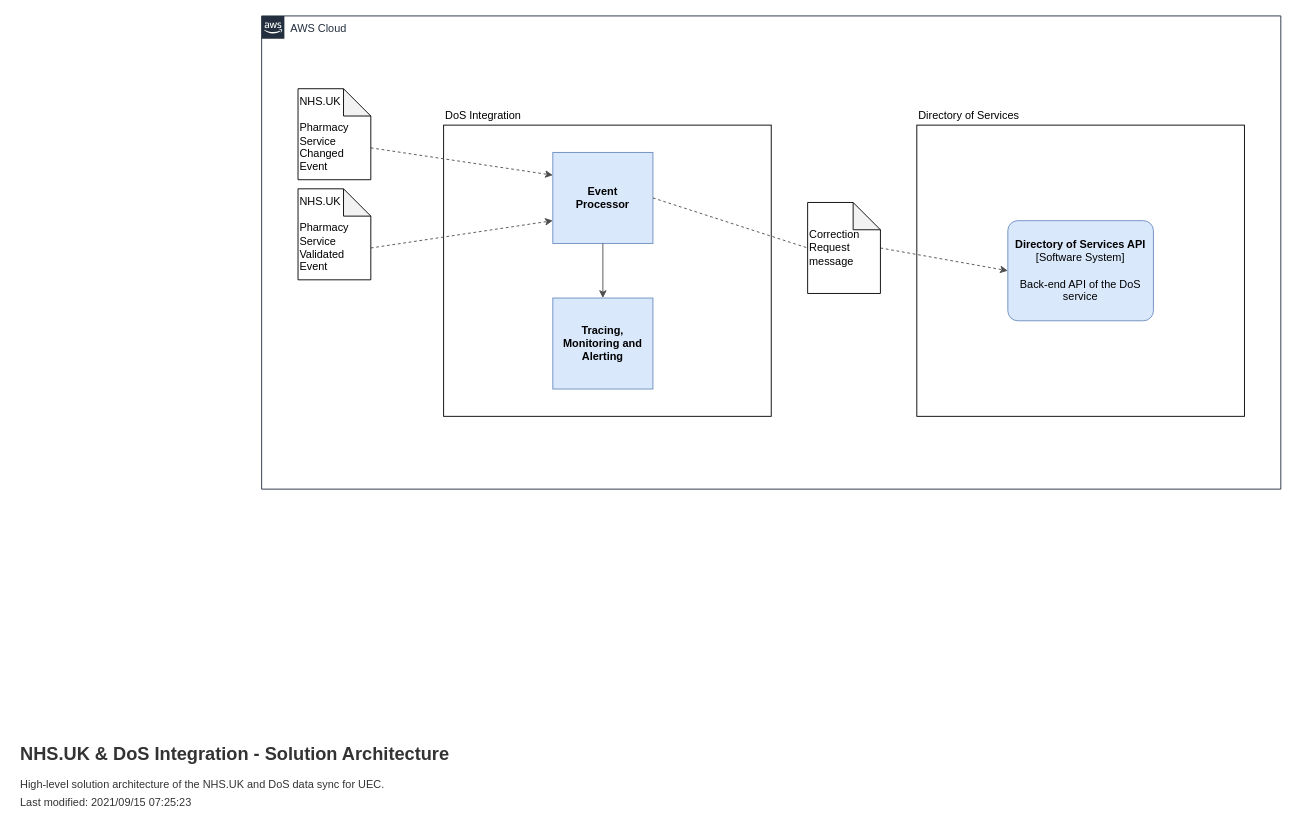
nhsd-exeter/dos-integration keeps this draw.io diagram as page "Architecture" (3 of 5) of documentation/diagrams/DoS Integration.drawio. Above is the earlier version. Source tidied: cells renumbered, new cells numbered last; positions are measured from the earlier drawing's top-left corner, leaving out a move shared by most shapes. Both pictures are drawn from the tidied source at 91%, with x=0, y=0 at pixel (15, 15).
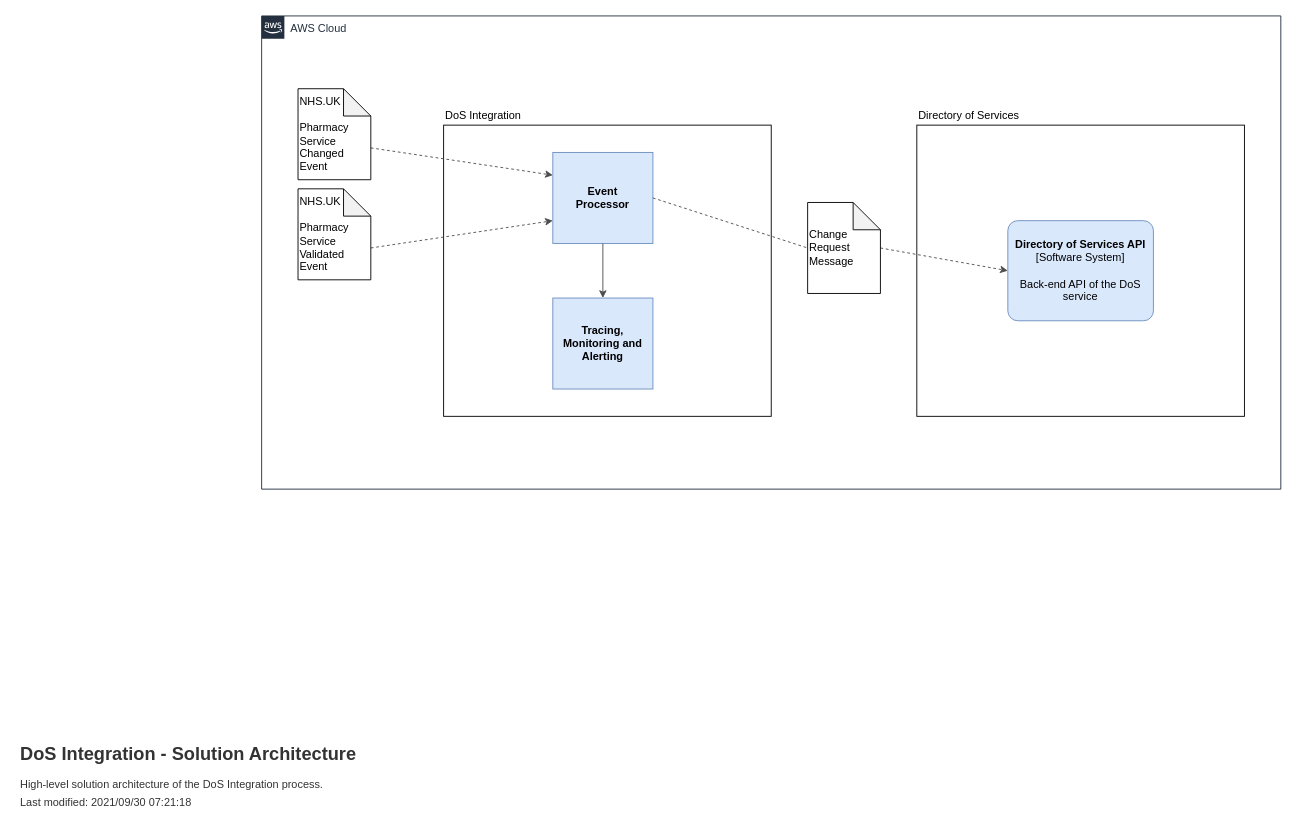
The same page after the edit.

Change to the diagram source:
```diff
@@
 <mxGraphModel>
   <root>
     <mxCell id="0" />
     <mxCell id="1" parent="0" />
     <mxCell id="2" value="AWS Cloud" style="gradientColor=none;html=1;whiteSpace=wrap;fontSize=12;fontStyle=0;shape=mxgraph.aws4.group;grIcon=mxgraph.aws4.group_aws_cloud_alt;strokeColor=#232F3E;fillColor=none;verticalAlign=top;align=left;spacingLeft=30;dashed=0;fontColor=#232F3E;" parent="1" vertex="1">
       <mxGeometry x="270" width="1120" height="520" as="geometry" />
     </mxCell>
     <mxCell id="3" style="rounded=0;whiteSpace=wrap;html=1;fillColor=none;" parent="1" vertex="1">
       <mxGeometry x="470" y="120" width="360" height="320" as="geometry" />
     </mxCell>
     <mxCell id="4" value="Event&lt;br&gt;Processor" style="rounded=0;whiteSpace=wrap;html=1;fillColor=#dae8fc;strokeColor=#6c8ebf;fontStyle=1;" parent="1" vertex="1">
       <mxGeometry x="590" y="150" width="110" height="100" as="geometry" />
     </mxCell>
     <mxCell id="5" value="DoS Integration" style="text;html=1;strokeColor=none;fillColor=none;align=left;verticalAlign=middle;whiteSpace=wrap;rounded=0;fontStyle=0;" parent="1" vertex="1">
       <mxGeometry x="470" y="100" width="360" height="20" as="geometry" />
     </mxCell>
     <mxCell id="6" value="Tracing, Monitoring and Alerting" style="rounded=0;whiteSpace=wrap;html=1;fillColor=#dae8fc;strokeColor=#6c8ebf;fontStyle=1;" parent="1" vertex="1">
       <mxGeometry x="590" y="310" width="110" height="100" as="geometry" />
     </mxCell>
     <mxCell id="7" style="endArrow=classic;html=1;exitX=1;exitY=0.5;exitDx=0;exitDy=0;strokeColor=#4D4D4D;dashed=1;entryX=0;entryY=0.5;entryDx=0;entryDy=0;entryPerimeter=0;startArrow=none;" parent="1" edge="1" source="17" target="16">
       <mxGeometry relative="1" as="geometry" />
     </mxCell>
     <mxCell id="8" style="endArrow=classic;html=1;strokeColor=#4D4D4D;entryX=0.5;entryY=0;entryDx=0;entryDy=0;" parent="1" edge="1" source="4" target="6">
       <mxGeometry relative="1" as="geometry" />
     </mxCell>
-    <mxCell id="9" value="&lt;h1&gt;&lt;font style=&quot;font-size: 20px&quot;&gt;NHS.UK &amp;amp; DoS Integration - Solution Architecture&lt;/font&gt;&lt;/h1&gt;&lt;p style=&quot;line-height: 70%&quot;&gt;High-level solution architecture of the NHS.UK and DoS data sync for UEC.&lt;/p&gt;&lt;p style=&quot;line-height: 70%&quot;&gt;Last modified: 2021/09/15 07:25:23&lt;/p&gt;" style="text;html=1;strokeColor=none;fillColor=none;spacing=5;spacingTop=-20;whiteSpace=wrap;overflow=hidden;rounded=0;fontColor=#333333;" parent="1" vertex="1">
+    <mxCell id="9" value="&lt;h1&gt;&lt;font style=&quot;font-size: 20px&quot;&gt;DoS Integration - Solution Architecture&lt;/font&gt;&lt;/h1&gt;&lt;p style=&quot;line-height: 70%&quot;&gt;High-level solution architecture of the DoS Integration process.&lt;/p&gt;&lt;p style=&quot;line-height: 70%&quot;&gt;Last modified: 2021/09/30 07:21:18&lt;/p&gt;" style="text;html=1;strokeColor=none;fillColor=none;spacing=5;spacingTop=-20;whiteSpace=wrap;overflow=hidden;rounded=0;fontColor=#333333;" parent="1" vertex="1">
       <mxGeometry y="790" width="496" height="90" as="geometry" />
     </mxCell>
     <mxCell id="10" style="endArrow=classic;html=1;strokeColor=#4D4D4D;dashed=1;entryX=0;entryY=0.25;entryDx=0;entryDy=0;exitX=0;exitY=0;exitDx=80;exitDy=65;exitPerimeter=0;" parent="1" edge="1" source="12" target="4">
       <mxGeometry relative="1" as="geometry" />
     </mxCell>
     <mxCell id="11" style="endArrow=classic;html=1;strokeColor=#4D4D4D;dashed=1;entryX=0;entryY=0.75;entryDx=0;entryDy=0;exitX=0;exitY=0;exitDx=80;exitDy=65;exitPerimeter=0;" parent="1" edge="1" source="13" target="4">
       <mxGeometry relative="1" as="geometry" />
     </mxCell>
     <mxCell id="12" value="NHS.UK&lt;br&gt;&lt;br&gt;Pharmacy&lt;br&gt;Service&lt;br&gt;Changed&lt;br&gt;Event" style="shape=note;whiteSpace=wrap;html=1;backgroundOutline=1;darkOpacity=0.05;fillColor=none;align=left;" parent="1" vertex="1">
       <mxGeometry x="310" y="80" width="80" height="100" as="geometry" />
     </mxCell>
     <mxCell id="13" value="NHS.UK&lt;br&gt;&lt;br&gt;Pharmacy&lt;br&gt;Service&lt;br&gt;Validated Event" style="shape=note;whiteSpace=wrap;html=1;backgroundOutline=1;darkOpacity=0.05;fillColor=none;align=left;" parent="1" vertex="1">
       <mxGeometry x="310" y="190" width="80" height="100" as="geometry" />
     </mxCell>
     <mxCell id="14" style="rounded=0;whiteSpace=wrap;html=1;fillColor=none;" parent="1" vertex="1">
       <mxGeometry x="990" y="120" width="360" height="320" as="geometry" />
     </mxCell>
     <mxCell id="15" value="Directory of Services" style="text;html=1;strokeColor=none;fillColor=none;align=left;verticalAlign=middle;whiteSpace=wrap;rounded=0;fontStyle=0;" parent="1" vertex="1">
       <mxGeometry x="990" y="100" width="360" height="20" as="geometry" />
     </mxCell>
     <object id="16" label="&lt;b&gt;%c4Name%&lt;/b&gt;&lt;div&gt;[%c4Type%]&lt;/div&gt;&lt;br&gt;&lt;div&gt;%c4Description%&lt;/div&gt;" c4Description="Back-end API of the DoS service" c4Name="Directory of Services API" c4Type="Software System" placeholders="1">
       <mxCell style="rounded=1;whiteSpace=wrap;html=1;labelBackgroundColor=none;fillColor=#dae8fc;align=center;arcSize=10;strokeColor=#6c8ebf;metaData={&quot;c4Type&quot;:{&quot;editable&quot;:false}};points=[[0.25,0,0],[0.5,0,0],[0.75,0,0],[1,0.25,0],[1,0.5,0],[1,0.75,0],[0.75,1,0],[0.5,1,0],[0.25,1,0],[0,0.75,0],[0,0.5,0],[0,0.25,0]];" parent="1" vertex="1">
         <mxGeometry x="1090" y="225" width="160" height="110" as="geometry" />
       </mxCell>
     </object>
-    <mxCell id="17" value="Correction Request message" style="shape=note;whiteSpace=wrap;html=1;backgroundOutline=1;darkOpacity=0.05;fillColor=none;align=left;" parent="1" vertex="1">
+    <mxCell id="17" value="Change Request Message" style="shape=note;whiteSpace=wrap;html=1;backgroundOutline=1;darkOpacity=0.05;fillColor=none;align=left;" parent="1" vertex="1">
       <mxGeometry x="870" y="205" width="80" height="100" as="geometry" />
     </mxCell>
     <mxCell id="18" style="endArrow=none;html=1;exitX=1;exitY=0.5;exitDx=0;exitDy=0;strokeColor=#4D4D4D;dashed=1;entryX=0;entryY=0.5;entryDx=0;entryDy=0;entryPerimeter=0;" parent="1" edge="1" source="4" target="17">
       <mxGeometry relative="1" as="geometry" />
     </mxCell>
   </root>
 </mxGraphModel>
```
